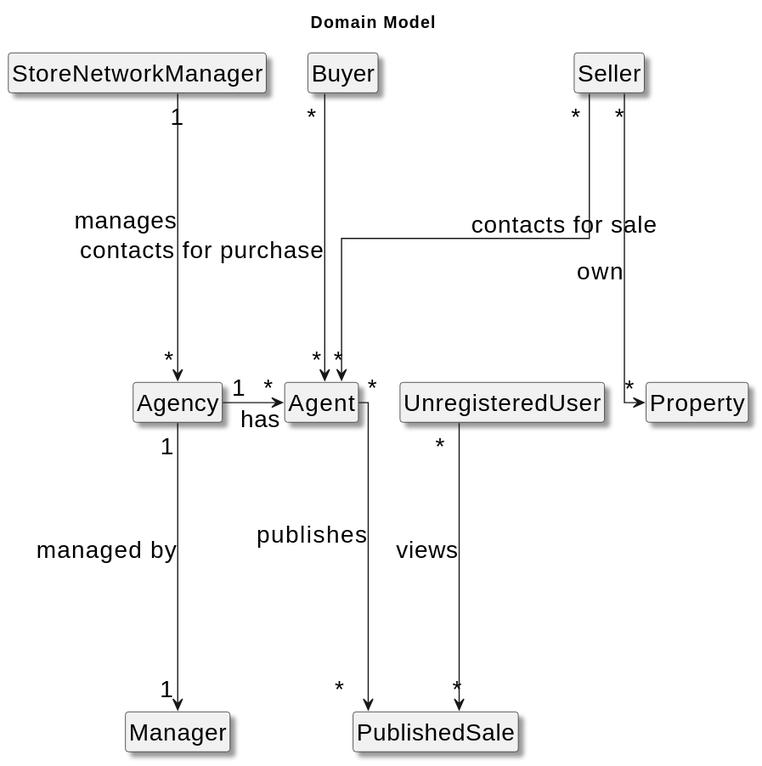
Goncalves2525/real-estate-management-system keeps this PlantUML diagram as docs/sprintA/global-artifacts/02.analysis/svg/project-domain-model-right-alternative.svg. Above is the earlier version. The source it was exported from:
```plantuml
@startuml
skinparamlocked defaultFontSize 20
skinparam monochrome false
skinparam packageStyle rectangle
skinparam shadowing true
skinparam linetype ortho
skinparam classAttributeIconSize 0

hide attributes
hide circle
hide methods
title Domain Model

class StoreNetworkManager{
}

class Manager{
}

class Property{
}

class Agent{
}

class Agency{
}

class Buyer{
}

class Seller{
}

class UnregisteredUser{
}

class PublishedSale{
}

Buyer "*" -----> "*" Agent : contacts for purchase
Seller "*" -----> "*" Agent : contacts for sale
StoreNetworkManager "1" -----> "*" Agency : manages
Agency "1" -----> "1" Manager  : managed by
Agent "*" -----> "*" PublishedSale : publishes
Agency "1" -> "*" Agent : has
Seller "*" -----> "*" Property : own
UnregisteredUser "*" -----> "*" PublishedSale : views


@enduml
```
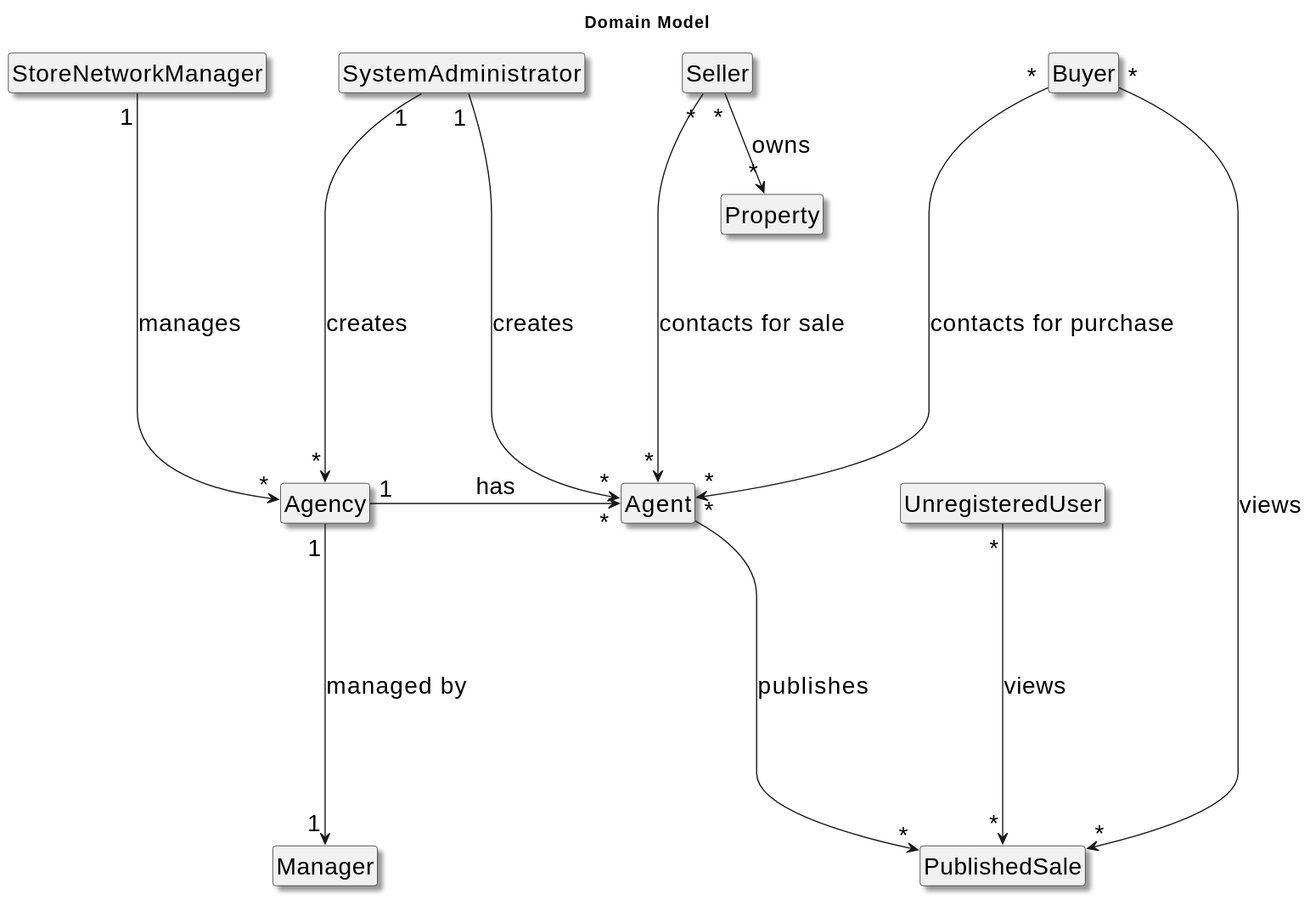
Later version of the same file.

The edit, as a diff of the source:
```diff
@@ -3,7 +3,6 @@
 skinparam monochrome false
 skinparam packageStyle rectangle
 skinparam shadowing true
-skinparam linetype ortho
 skinparam classAttributeIconSize 0
 
 hide attributes
@@ -12,6 +11,9 @@
 title Domain Model
 
 class StoreNetworkManager{
+}
+
+class SystemAdministrator{
 }
 
 class Manager{
@@ -38,13 +40,16 @@
 class PublishedSale{
 }
 
+SystemAdministrator "1" -----> "*" Agent : creates
+SystemAdministrator "1" -----> "*" Agency : creates
 Buyer "*" -----> "*" Agent : contacts for purchase
+Buyer "*" -----> "*" PublishedSale : views
 Seller "*" -----> "*" Agent : contacts for sale
 StoreNetworkManager "1" -----> "*" Agency : manages
 Agency "1" -----> "1" Manager  : managed by
 Agent "*" -----> "*" PublishedSale : publishes
 Agency "1" -> "*" Agent : has
-Seller "*" -----> "*" Property : own
+Seller "*" --> "*" Property : owns
 UnregisteredUser "*" -----> "*" PublishedSale : views
 
 
```
